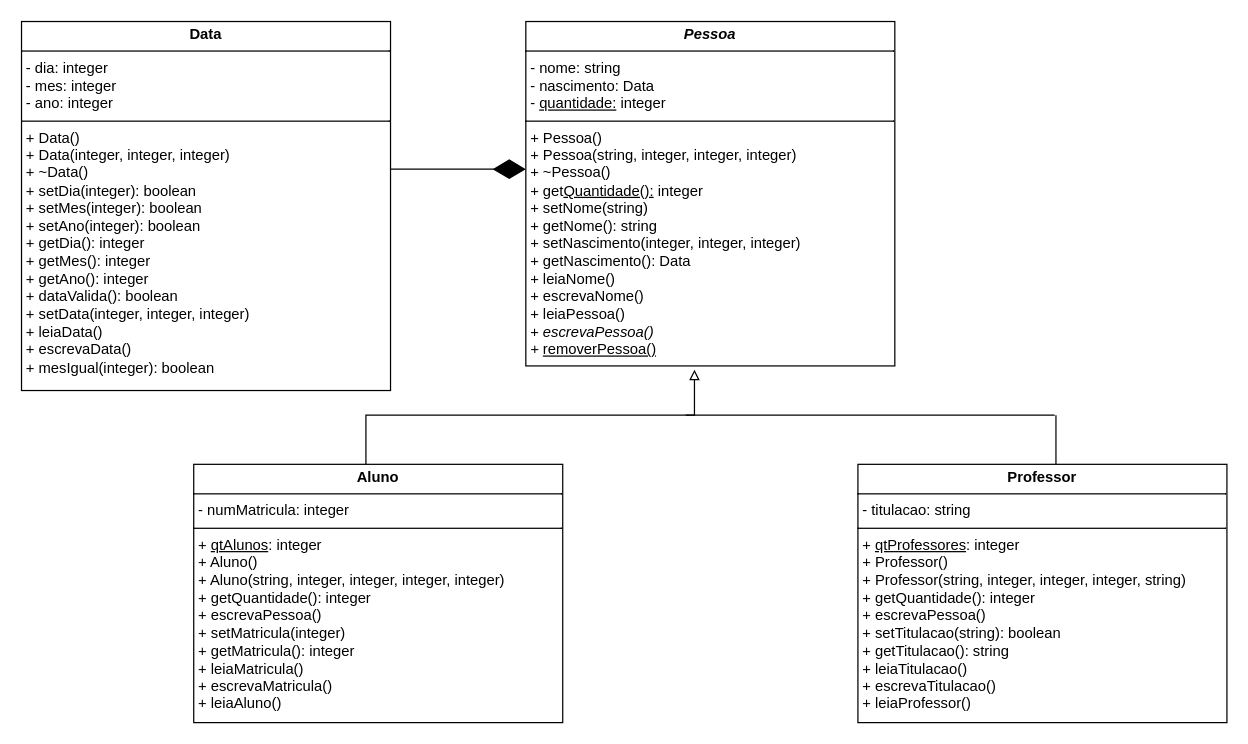
Before: Diagrama sem nome.drawio in PaulaNogueiraC/Diagrama-Classes-UML, a draw.io diagram. Source tidied: cells renumbered, new cells numbered last; positions are measured from the earlier drawing's top-left corner, leaving out a move shared by most shapes. Both pictures are drawn from the tidied source at 123%, with x=0, y=0 at pixel (21, 21).
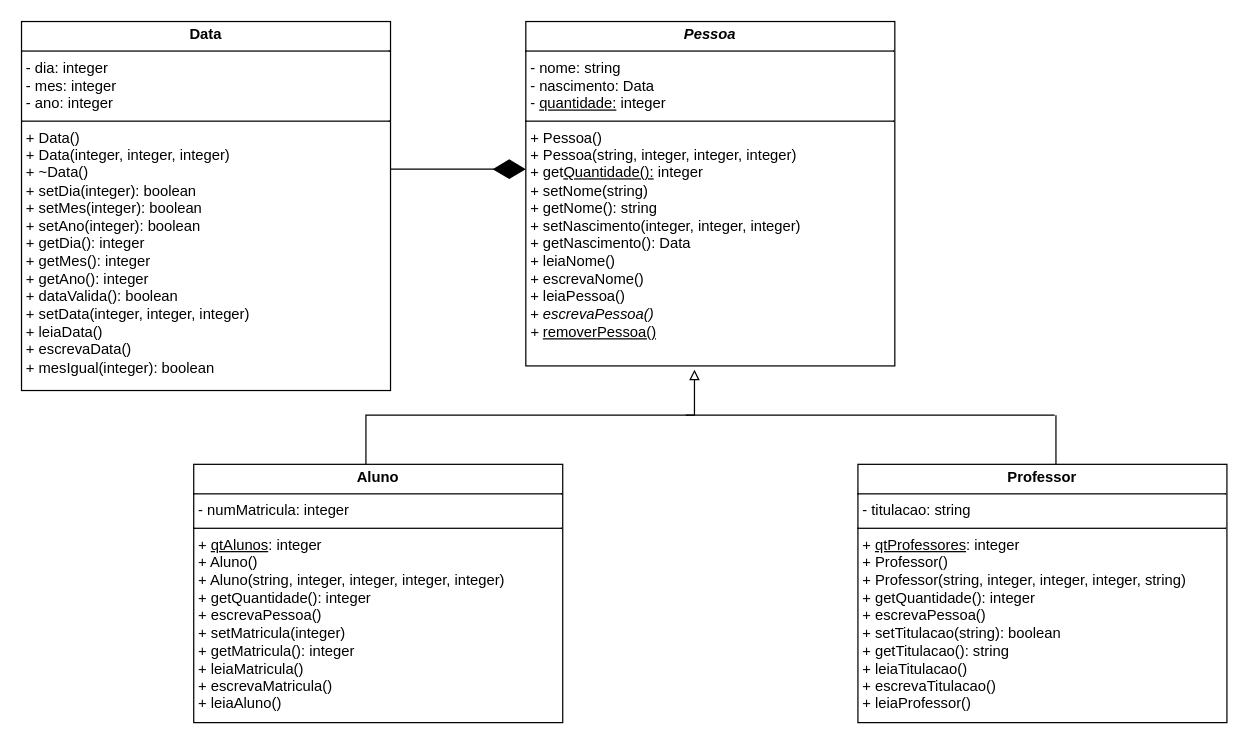
The same page after the edit.

Commit message:
atualizações finais

Change to the diagram source:
```diff
@@
 <mxGraphModel>
   <root>
     <mxCell id="0" />
     <mxCell id="1" parent="0" />
     <mxCell id="2" value="&lt;p style=&quot;margin:0px;margin-top:4px;text-align:center;&quot;&gt;&lt;b&gt;Data&lt;/b&gt;&lt;/p&gt;&lt;hr size=&quot;1&quot; style=&quot;border-style:solid;&quot;&gt;&lt;p style=&quot;margin:0px;margin-left:4px;&quot;&gt;- dia: integer&lt;/p&gt;&lt;p style=&quot;margin:0px;margin-left:4px;&quot;&gt;- mes: integer&lt;/p&gt;&lt;p style=&quot;margin:0px;margin-left:4px;&quot;&gt;- ano: integer&lt;/p&gt;&lt;hr size=&quot;1&quot; style=&quot;border-style:solid;&quot;&gt;&lt;p style=&quot;margin:0px;margin-left:4px;&quot;&gt;+ Data()&lt;/p&gt;&lt;p style=&quot;margin:0px;margin-left:4px;&quot;&gt;+ Data(integer, integer, integer)&lt;/p&gt;&lt;p style=&quot;margin:0px;margin-left:4px;&quot;&gt;+ ~Data()&lt;/p&gt;&lt;p style=&quot;margin:0px;margin-left:4px;&quot;&gt;&lt;span style=&quot;background-color: initial;&quot;&gt;+ setDia(integer): boolean&lt;/span&gt;&lt;br&gt;&lt;/p&gt;&lt;p style=&quot;margin:0px;margin-left:4px;&quot;&gt;+ setMes(integer): boolean&lt;/p&gt;&lt;p style=&quot;margin:0px;margin-left:4px;&quot;&gt;+ setAno(integer): boolean&lt;/p&gt;&lt;p style=&quot;margin:0px;margin-left:4px;&quot;&gt;+ getDia(): integer&lt;/p&gt;&lt;p style=&quot;margin:0px;margin-left:4px;&quot;&gt;+ getMes(): integer&lt;/p&gt;&lt;p style=&quot;margin:0px;margin-left:4px;&quot;&gt;+ getAno(): integer&lt;/p&gt;&lt;p style=&quot;margin:0px;margin-left:4px;&quot;&gt;+ dataValida(): boolean&lt;/p&gt;&lt;p style=&quot;margin:0px;margin-left:4px;&quot;&gt;+ setData(integer, integer, integer)&lt;/p&gt;&lt;p style=&quot;margin:0px;margin-left:4px;&quot;&gt;+ leiaData()&lt;/p&gt;&lt;p style=&quot;margin:0px;margin-left:4px;&quot;&gt;+ escrevaData()&lt;/p&gt;&lt;p style=&quot;margin:0px;margin-left:4px;&quot;&gt;+ mesIgual(integer): boolean&lt;/p&gt;&lt;p style=&quot;margin:0px;margin-left:4px;&quot;&gt;&lt;br&gt;&lt;/p&gt;&lt;p style=&quot;margin:0px;margin-left:4px;&quot;&gt;&lt;br&gt;&lt;/p&gt;" style="verticalAlign=top;align=left;overflow=fill;html=1;whiteSpace=wrap;" parent="1" vertex="1">
       <mxGeometry width="300" height="300" as="geometry" />
     </mxCell>
-    <mxCell id="3" value="&lt;p style=&quot;margin:0px;margin-top:4px;text-align:center;&quot;&gt;&lt;b&gt;&lt;i&gt;Pessoa&lt;/i&gt;&lt;/b&gt;&lt;/p&gt;&lt;hr size=&quot;1&quot; style=&quot;border-style:solid;&quot;&gt;&lt;p style=&quot;margin:0px;margin-left:4px;&quot;&gt;- nome: string&lt;/p&gt;&lt;p style=&quot;margin:0px;margin-left:4px;&quot;&gt;- nascimento: Data&lt;/p&gt;&lt;p style=&quot;margin:0px;margin-left:4px;&quot;&gt;- &lt;u&gt;quantidade:&lt;/u&gt; integer&lt;/p&gt;&lt;hr size=&quot;1&quot; style=&quot;border-style:solid;&quot;&gt;&lt;p style=&quot;margin:0px;margin-left:4px;&quot;&gt;+ Pessoa()&lt;/p&gt;&lt;p style=&quot;margin:0px;margin-left:4px;&quot;&gt;+ Pessoa(string, integer, integer, integer)&lt;/p&gt;&lt;p style=&quot;margin:0px;margin-left:4px;&quot;&gt;+ ~Pessoa()&lt;/p&gt;&lt;p style=&quot;margin:0px;margin-left:4px;&quot;&gt;+ get&lt;u&gt;Quantidade():&lt;/u&gt; integer&lt;/p&gt;&lt;p style=&quot;margin:0px;margin-left:4px;&quot;&gt;+ setNome(string)&lt;/p&gt;&lt;p style=&quot;margin:0px;margin-left:4px;&quot;&gt;+ getNome(): string&lt;/p&gt;&lt;p style=&quot;margin:0px;margin-left:4px;&quot;&gt;+ setNascimento(integer, integer, integer)&lt;/p&gt;&lt;p style=&quot;margin:0px;margin-left:4px;&quot;&gt;+ getNascimento(): Data&lt;/p&gt;&lt;p style=&quot;margin:0px;margin-left:4px;&quot;&gt;+ leiaNome()&lt;/p&gt;&lt;p style=&quot;margin:0px;margin-left:4px;&quot;&gt;+ escrevaNome()&lt;/p&gt;&lt;p style=&quot;margin:0px;margin-left:4px;&quot;&gt;+ leiaPessoa()&lt;/p&gt;&lt;p style=&quot;margin:0px;margin-left:4px;&quot;&gt;+ &lt;i&gt;escrevaPessoa()&lt;/i&gt;&lt;/p&gt;&lt;p style=&quot;margin:0px;margin-left:4px;&quot;&gt;&lt;i&gt;+&amp;nbsp;&lt;/i&gt;&lt;span style=&quot;background-color: initial;&quot;&gt;&lt;u&gt;removerPessoa()&lt;/u&gt;&lt;/span&gt;&lt;/p&gt;" style="verticalAlign=top;align=left;overflow=fill;html=1;whiteSpace=wrap;" parent="1" vertex="1">
+    <mxCell id="3" value="&lt;p style=&quot;margin:0px;margin-top:4px;text-align:center;&quot;&gt;&lt;b&gt;&lt;i&gt;Pessoa&lt;/i&gt;&lt;/b&gt;&lt;/p&gt;&lt;hr size=&quot;1&quot; style=&quot;border-style:solid;&quot;&gt;&lt;p style=&quot;margin:0px;margin-left:4px;&quot;&gt;- nome: string&lt;/p&gt;&lt;p style=&quot;margin:0px;margin-left:4px;&quot;&gt;- nascimento: Data&lt;/p&gt;&lt;p style=&quot;margin:0px;margin-left:4px;&quot;&gt;- &lt;u&gt;quantidade:&lt;/u&gt; integer&lt;/p&gt;&lt;hr size=&quot;1&quot; style=&quot;border-style:solid;&quot;&gt;&lt;p style=&quot;margin:0px;margin-left:4px;&quot;&gt;+ Pessoa()&lt;/p&gt;&lt;p style=&quot;margin:0px;margin-left:4px;&quot;&gt;+ Pessoa(string, integer, integer, integer)&lt;/p&gt;&lt;p style=&quot;margin:0px;margin-left:4px;&quot;&gt;+ get&lt;u&gt;Quantidade():&lt;/u&gt; integer&lt;/p&gt;&lt;p style=&quot;margin:0px;margin-left:4px;&quot;&gt;+ setNome(string)&lt;/p&gt;&lt;p style=&quot;margin:0px;margin-left:4px;&quot;&gt;+ getNome(): string&lt;/p&gt;&lt;p style=&quot;margin:0px;margin-left:4px;&quot;&gt;+ setNascimento(integer, integer, integer)&lt;/p&gt;&lt;p style=&quot;margin:0px;margin-left:4px;&quot;&gt;+ getNascimento(): Data&lt;/p&gt;&lt;p style=&quot;margin:0px;margin-left:4px;&quot;&gt;+ leiaNome()&lt;/p&gt;&lt;p style=&quot;margin:0px;margin-left:4px;&quot;&gt;+ escrevaNome()&lt;/p&gt;&lt;p style=&quot;margin:0px;margin-left:4px;&quot;&gt;+ leiaPessoa()&lt;/p&gt;&lt;p style=&quot;margin:0px;margin-left:4px;&quot;&gt;+ &lt;i&gt;escrevaPessoa()&lt;/i&gt;&lt;/p&gt;&lt;p style=&quot;margin:0px;margin-left:4px;&quot;&gt;&lt;i&gt;+&amp;nbsp;&lt;/i&gt;&lt;span style=&quot;background-color: initial;&quot;&gt;&lt;u&gt;removerPessoa()&lt;/u&gt;&lt;/span&gt;&lt;/p&gt;" style="verticalAlign=top;align=left;overflow=fill;html=1;whiteSpace=wrap;" parent="1" vertex="1">
       <mxGeometry x="410" width="300" height="280" as="geometry" />
     </mxCell>
     <mxCell id="4" style="endArrow=diamondThin;endFill=1;endSize=24;html=1;rounded=0;exitX=1;exitY=0.4;exitDx=0;exitDy=0;exitPerimeter=0;" parent="1" edge="1" source="2">
       <mxGeometry relative="1" as="geometry">
         <mxPoint x="410" y="120" as="targetPoint" />
       </mxGeometry>
     </mxCell>
     <mxCell id="5" style="edgeStyle=orthogonalEdgeStyle;rounded=0;jettySize=auto;html=1;entryX=0.457;entryY=1.011;entryDx=0;entryDy=0;entryPerimeter=0;endArrow=block;endFill=0;" parent="1" edge="1" source="6" target="3">
       <mxGeometry relative="1" as="geometry">
         <Array as="points">
           <mxPoint x="280" y="320" />
           <mxPoint x="547" y="320" />
         </Array>
       </mxGeometry>
     </mxCell>
     <mxCell id="6" value="&lt;p style=&quot;margin:0px;margin-top:4px;text-align:center;&quot;&gt;&lt;b&gt;Aluno&lt;/b&gt;&lt;/p&gt;&lt;hr size=&quot;1&quot; style=&quot;border-style:solid;&quot;&gt;&lt;p style=&quot;margin:0px;margin-left:4px;&quot;&gt;- numMatricula: integer&lt;/p&gt;&lt;hr size=&quot;1&quot; style=&quot;border-style:solid;&quot;&gt;&lt;p style=&quot;margin:0px;margin-left:4px;&quot;&gt;+ &lt;u&gt;qtAlunos&lt;/u&gt;: integer&lt;/p&gt;&lt;p style=&quot;margin:0px;margin-left:4px;&quot;&gt;+ Aluno()&lt;/p&gt;&lt;p style=&quot;margin:0px;margin-left:4px;&quot;&gt;+ Aluno(string, integer, integer, integer, integer)&lt;/p&gt;&lt;p style=&quot;margin:0px;margin-left:4px;&quot;&gt;+ getQuantidade(): integer&lt;br&gt;&lt;/p&gt;&lt;p style=&quot;margin:0px;margin-left:4px;&quot;&gt;+ escrevaPessoa()&lt;/p&gt;&lt;p style=&quot;margin:0px;margin-left:4px;&quot;&gt;+ setMatricula(integer)&lt;/p&gt;&lt;p style=&quot;margin:0px;margin-left:4px;&quot;&gt;+ getMatricula(): integer&lt;/p&gt;&lt;p style=&quot;margin:0px;margin-left:4px;&quot;&gt;+ leiaMatricula()&lt;/p&gt;&lt;p style=&quot;margin:0px;margin-left:4px;&quot;&gt;+ escrevaMatricula()&lt;/p&gt;&lt;p style=&quot;margin:0px;margin-left:4px;&quot;&gt;+ leiaAluno()&lt;/p&gt;" style="verticalAlign=top;align=left;overflow=fill;html=1;whiteSpace=wrap;" parent="1" vertex="1">
       <mxGeometry x="140" y="360" width="300" height="210" as="geometry" />
     </mxCell>
     <mxCell id="7" value="&lt;p style=&quot;margin:0px;margin-top:4px;text-align:center;&quot;&gt;&lt;b&gt;Professor&lt;/b&gt;&lt;/p&gt;&lt;hr size=&quot;1&quot; style=&quot;border-style:solid;&quot;&gt;&lt;p style=&quot;margin:0px;margin-left:4px;&quot;&gt;- titulacao: string&lt;/p&gt;&lt;hr size=&quot;1&quot; style=&quot;border-style:solid;&quot;&gt;&lt;p style=&quot;margin:0px;margin-left:4px;&quot;&gt;+ &lt;u&gt;qtProfessores&lt;/u&gt;: integer&lt;/p&gt;&lt;p style=&quot;margin:0px;margin-left:4px;&quot;&gt;+ Professor()&lt;/p&gt;&lt;p style=&quot;margin:0px;margin-left:4px;&quot;&gt;+ Professor(string, integer, integer, integer, string)&lt;/p&gt;&lt;p style=&quot;margin:0px;margin-left:4px;&quot;&gt;+ getQuantidade(): integer&amp;nbsp;&lt;br&gt;&lt;/p&gt;&lt;p style=&quot;margin:0px;margin-left:4px;&quot;&gt;+ escrevaPessoa()&lt;/p&gt;&lt;p style=&quot;margin:0px;margin-left:4px;&quot;&gt;+ setTitulacao(string): boolean&lt;/p&gt;&lt;p style=&quot;margin:0px;margin-left:4px;&quot;&gt;+ getTitulacao(): string&lt;/p&gt;&lt;p style=&quot;margin:0px;margin-left:4px;&quot;&gt;+ leiaTitulacao()&lt;/p&gt;&lt;p style=&quot;margin:0px;margin-left:4px;&quot;&gt;+ escrevaTitulacao()&lt;/p&gt;&lt;p style=&quot;margin:0px;margin-left:4px;&quot;&gt;+ leiaProfessor()&lt;/p&gt;&lt;p style=&quot;margin:0px;margin-left:4px;&quot;&gt;&lt;br&gt;&lt;/p&gt;" style="verticalAlign=top;align=left;overflow=fill;html=1;whiteSpace=wrap;" parent="1" vertex="1">
       <mxGeometry x="680" y="360" width="300" height="210" as="geometry" />
     </mxCell>
     <mxCell id="8" style="line;strokeWidth=1;fillColor=none;align=left;verticalAlign=middle;spacingTop=-1;spacingLeft=3;spacingRight=3;labelPosition=right;strokeColor=inherit;" parent="1" vertex="1">
       <mxGeometry x="540" y="310" width="300" height="20" as="geometry" />
     </mxCell>
     <mxCell id="9" style="line;strokeWidth=1;fillColor=none;align=left;verticalAlign=middle;spacingTop=-1;spacingLeft=3;spacingRight=3;labelPosition=right;strokeColor=inherit;direction=south;" parent="1" vertex="1">
       <mxGeometry x="832" y="320" width="18" height="40" as="geometry" />
     </mxCell>
   </root>
 </mxGraphModel>
```
